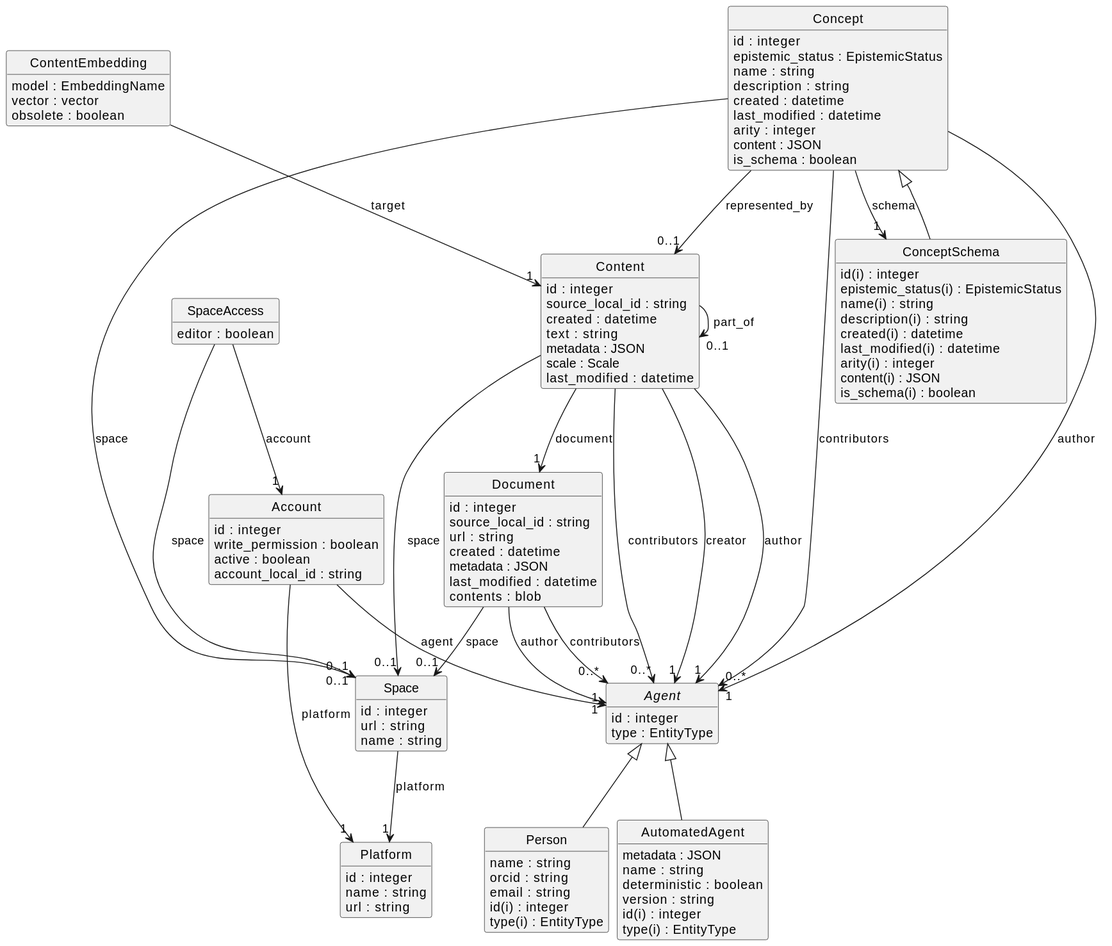
Earlier version of the PlantUML export packages/database/schema.svg (DiscourseGraphs/discourse-graph).
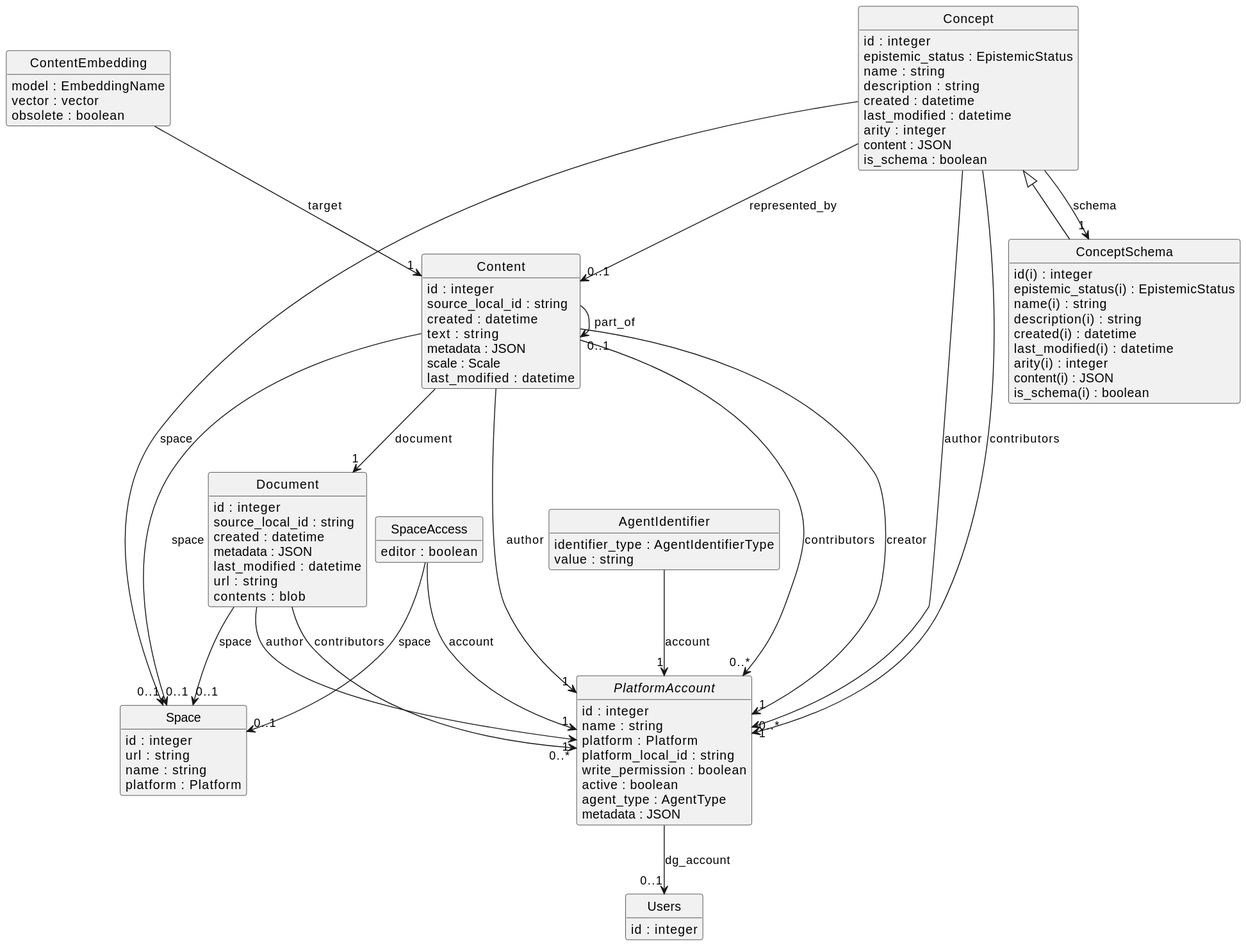
Later version of the same file.

What changed in the source:
```diff
@@ -2,27 +2,31 @@
 skinparam nodesep 10
 hide circle
 hide empty members
+abstract "PlatformAccount" [[{An account for an agent on a platform}]] {
+    {field} id : integer
+    {field} name : string
+    {field} platform : Platform
+    {field} platform_local_id : string
+    {field} write_permission : boolean
+    {field} active : boolean
+    {field} agent_type : AgentType
+    {field} metadata : JSON
+}
+class "Users" [[{A database user account. Managed by the auth infrastructure.}]] {
+    {field} id : integer
+}
+"PlatformAccount" --> "0..1" "Users" : "dg_account"
 class "SpaceAccess" [[{An access control entry for a space}]] {
     {field} editor : boolean
-}
-class "Account" [[{A user account on a platform}]] {
-    {field} id : integer
-    {field} write_permission : boolean
-    {field} active : boolean
-    {field} account_local_id : string
 }
 class "Space" [[{A space on a platform representing a community engaged in a conversation}]] {
     {field} id : integer
     {field} url : string
     {field} name : string
+    {field} platform : Platform
 }
-"SpaceAccess" --> "1" "Account" : "account"
+"SpaceAccess" --> "1" "PlatformAccount" : "account"
 "SpaceAccess" --> "0..1" "Space" : "space"
-class "Platform" [[{A data platform where discourse happens}]] {
-    {field} id : integer
-    {field} name : string
-    {field} url : string
-}
 class "Content" [[{A unit of content}]] {
     {field} id : integer
     {field} source_local_id : string
@@ -32,13 +36,13 @@
     {field} scale : Scale
     {field} last_modified : datetime
 }
-class "Document" [[{None}]] {
+class "Document" [[{An external document, or a high-level unit on a platform (eg Roam page)}]] {
     {field} id : integer
     {field} source_local_id : string
-    {field} url : string
     {field} created : datetime
     {field} metadata : JSON
     {field} last_modified : datetime
+    {field} url : string
     {field} contents : blob
 }
 class "Concept" [[{An abstract concept, claim or relation}]] {
@@ -52,30 +56,31 @@
     {field} content : JSON
     {field} is_schema : boolean
 }
-"Space" --> "1" "Platform" : "platform"
 "Content" --> "0..1" "Space" : "space"
 "Document" --> "0..1" "Space" : "space"
 "Concept" --> "0..1" "Space" : "space"
-"Account" --> "1" "Platform" : "platform"
-abstract "Agent" [[{An agent that acts in the system}]] {
-    {field} id : integer
-    {field} type : EntityType
+class "AgentIdentifier" [[{An identifying attribute associated with an agent, can be a basis for unification}]] {
+    {field} identifier_type : AgentIdentifierType
+    {field} value : string
 }
-"Document" --> "0..*" "Agent" : "contributors"
-"Document" --> "1" "Agent" : "author"
+"AgentIdentifier" --> "1" "PlatformAccount" : "account"
+"Content" --> "1" "PlatformAccount" : "author"
+"Document" --> "1" "PlatformAccount" : "author"
+"Concept" --> "1" "PlatformAccount" : "author"
+"Content" --> "0..*" "PlatformAccount" : "contributors"
+"Document" --> "0..*" "PlatformAccount" : "contributors"
+"Concept" --> "0..*" "PlatformAccount" : "contributors"
+"Content" --> "1" "PlatformAccount" : "creator"
 "Content" --> "1" "Document" : "document"
-class "ContentEmbedding" [[{None}]] {
+class "ContentEmbedding" [[{An embedding for a piece of content.}]] {
     {field} model : EmbeddingName
     {field} vector : vector
     {field} obsolete : boolean
 }
 "ContentEmbedding" --> "1" "Content" : "target"
 "Content" --> "0..1" "Content" : "part_of"
-"Content" --> "0..*" "Agent" : "contributors"
-"Content" --> "1" "Agent" : "creator"
-"Content" --> "1" "Agent" : "author"
 "Concept" --> "0..1" "Content" : "represented_by"
-class "ConceptSchema" [[{None}]] {
+class "ConceptSchema" [[{A Concept that describes a schema (type) for other concepts}]] {
     {field} id(i) : integer
     {field} epistemic_status(i) : EpistemicStatus
     {field} name(i) : string
@@ -87,25 +92,5 @@
     {field} is_schema(i) : boolean
 }
 "Concept" --> "1" "ConceptSchema" : "schema"
-"Concept" --> "0..*" "Agent" : "contributors"
-"Concept" --> "1" "Agent" : "author"
 "Concept" ^-- "ConceptSchema"
-class "Person" [[{A person using the system}]] {
-    {field} name : string
-    {field} orcid : string
-    {field} email : string
-    {field} id(i) : integer
-    {field} type(i) : EntityType
-}
-class "AutomatedAgent" [[{An automated agent}]] {
-    {field} metadata : JSON
-    {field} name : string
-    {field} deterministic : boolean
-    {field} version : string
-    {field} id(i) : integer
-    {field} type(i) : EntityType
-}
-"Account" --> "1" "Agent" : "agent"
-"Agent" ^-- "Person"
-"Agent" ^-- "AutomatedAgent"
 @enduml
```
